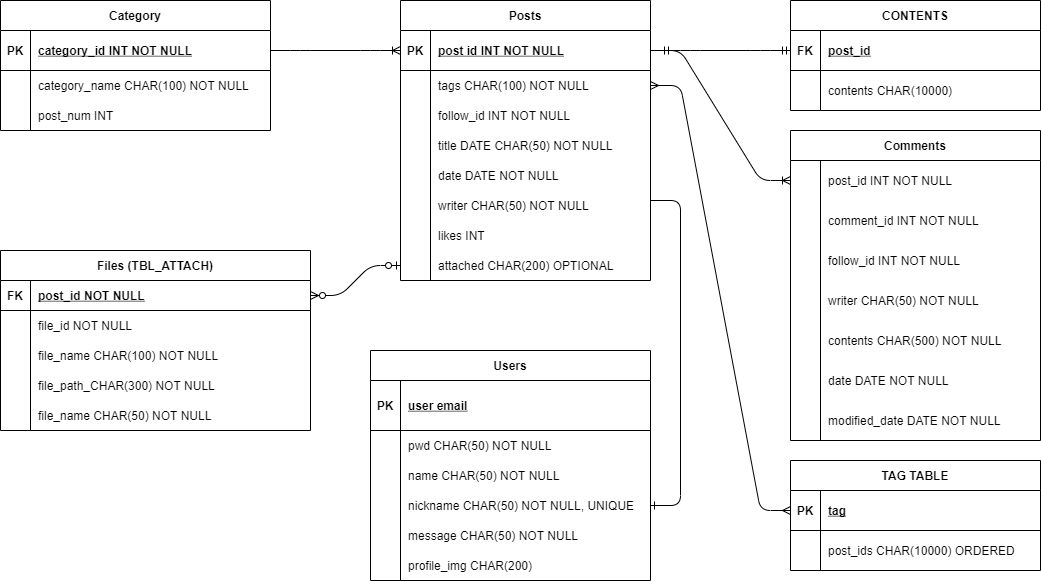
Earlier version of the draw.io export img/Untitled Diagram.drawio.png (wch18735/Data-Modelling). Source tidied: cells renumbered, new cells last; positions are measured from the earlier drawing's top-left corner, leaving out a move shared by most shapes.
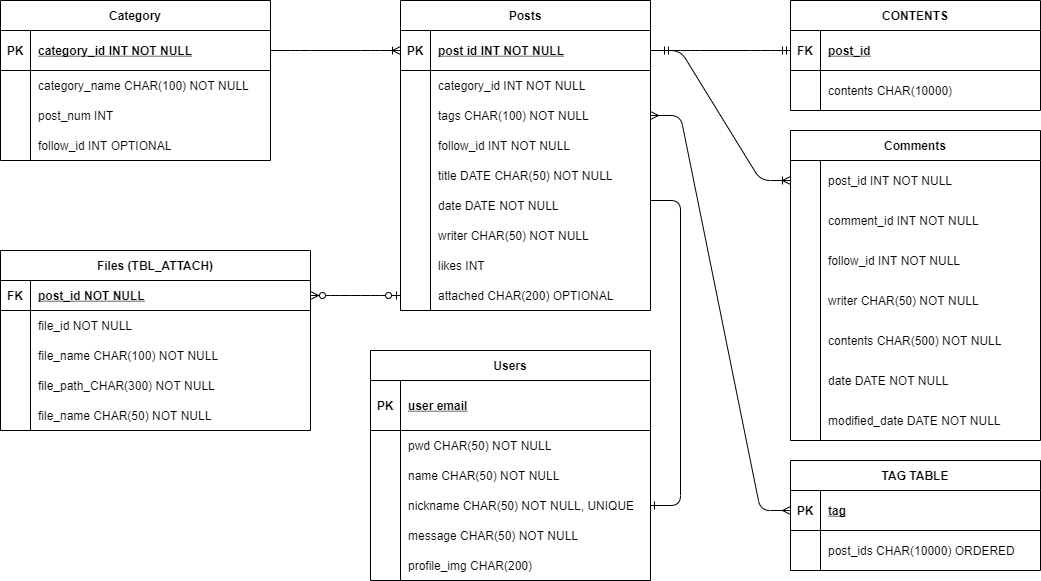
Above is the later version.

What changed in the source:
```diff
@@ -3,7 +3,7 @@
     <mxCell id="0" />
     <mxCell id="1" parent="0" />
     <mxCell id="2" value="Posts" style="shape=table;startSize=30;rowLines=0;fontStyle=1;align=center;" parent="1" vertex="1">
-      <mxGeometry x="400" width="250" height="280" as="geometry" />
+      <mxGeometry x="400" width="250" height="310" as="geometry" />
     </mxCell>
     <mxCell id="3" style="shape=partialRectangle;fillColor=none;points=[[0,0.5],[1,0.5]];portConstraint=eastwest;top=0;left=0;right=0;bottom=1;" parent="2" vertex="1">
       <mxGeometry y="30" width="250" height="40" as="geometry" />
@@ -14,8 +14,17 @@
     <mxCell id="5" value="post id INT NOT NULL" style="shape=partialRectangle;overflow=hidden;fillColor=none;top=0;left=0;bottom=0;right=0;align=left;spacingLeft=6;fontStyle=5;" parent="3" vertex="1">
       <mxGeometry x="30" width="220" height="40" as="geometry" />
     </mxCell>
+    <mxCell id="118" style="shape=partialRectangle;fillColor=none;top=0;left=0;right=0;bottom=0;" parent="2" vertex="1">
+      <mxGeometry y="70" width="250" height="30" as="geometry" />
+    </mxCell>
+    <mxCell id="119" style="shape=partialRectangle;overflow=hidden;fillColor=none;top=0;left=0;bottom=0;right=0;" parent="118" vertex="1">
+      <mxGeometry width="30" height="30" as="geometry" />
+    </mxCell>
+    <mxCell id="120" value="category_id INT NOT NULL" style="shape=partialRectangle;overflow=hidden;fillColor=none;top=0;left=0;bottom=0;right=0;align=left;spacingLeft=6;" parent="118" vertex="1">
+      <mxGeometry x="30" width="220" height="30" as="geometry" />
+    </mxCell>
     <mxCell id="6" style="shape=partialRectangle;fillColor=none;points=[[0,0.5],[1,0.5]];portConstraint=eastwest;top=0;left=0;right=0;bottom=0;" parent="2" vertex="1">
-      <mxGeometry y="70" width="250" height="30" as="geometry" />
+      <mxGeometry y="100" width="250" height="30" as="geometry" />
     </mxCell>
     <mxCell id="7" style="shape=partialRectangle;overflow=hidden;fillColor=none;top=0;left=0;bottom=0;right=0;" parent="6" vertex="1">
       <mxGeometry width="30" height="30" as="geometry" />
@@ -24,7 +33,7 @@
       <mxGeometry x="30" width="220" height="30" as="geometry" />
     </mxCell>
     <mxCell id="9" style="shape=partialRectangle;fillColor=none;top=0;left=0;right=0;bottom=0;" parent="2" vertex="1">
-      <mxGeometry y="100" width="250" height="30" as="geometry" />
+      <mxGeometry y="130" width="250" height="30" as="geometry" />
     </mxCell>
     <mxCell id="10" style="shape=partialRectangle;overflow=hidden;fillColor=none;top=0;left=0;bottom=0;right=0;" parent="9" vertex="1">
       <mxGeometry width="30" height="30" as="geometry" />
@@ -33,7 +42,7 @@
       <mxGeometry x="30" width="220" height="30" as="geometry" />
     </mxCell>
     <mxCell id="12" style="shape=partialRectangle;fillColor=none;top=0;left=0;right=0;bottom=0;" parent="2" vertex="1">
-      <mxGeometry y="130" width="250" height="30" as="geometry" />
+      <mxGeometry y="160" width="250" height="30" as="geometry" />
     </mxCell>
     <mxCell id="13" style="shape=partialRectangle;overflow=hidden;fillColor=none;top=0;left=0;bottom=0;right=0;" parent="12" vertex="1">
       <mxGeometry width="30" height="30" as="geometry" />
@@ -42,7 +51,7 @@
       <mxGeometry x="30" width="220" height="30" as="geometry" />
     </mxCell>
     <mxCell id="15" style="shape=partialRectangle;fillColor=none;top=0;left=0;right=0;bottom=0;" parent="2" vertex="1">
-      <mxGeometry y="160" width="250" height="30" as="geometry" />
+      <mxGeometry y="190" width="250" height="30" as="geometry" />
     </mxCell>
     <mxCell id="16" style="shape=partialRectangle;overflow=hidden;fillColor=none;top=0;left=0;bottom=0;right=0;" parent="15" vertex="1">
       <mxGeometry width="30" height="30" as="geometry" />
@@ -51,7 +60,7 @@
       <mxGeometry x="30" width="220" height="30" as="geometry" />
     </mxCell>
     <mxCell id="18" style="shape=partialRectangle;fillColor=none;top=0;left=0;right=0;bottom=0;" parent="2" vertex="1">
-      <mxGeometry y="190" width="250" height="30" as="geometry" />
+      <mxGeometry y="220" width="250" height="30" as="geometry" />
     </mxCell>
     <mxCell id="19" style="shape=partialRectangle;overflow=hidden;fillColor=none;top=0;left=0;bottom=0;right=0;" parent="18" vertex="1">
       <mxGeometry width="30" height="30" as="geometry" />
@@ -60,7 +69,7 @@
       <mxGeometry x="30" width="220" height="30" as="geometry" />
     </mxCell>
     <mxCell id="21" style="shape=partialRectangle;fillColor=none;top=0;left=0;right=0;bottom=0;" parent="2" vertex="1">
-      <mxGeometry y="220" width="250" height="30" as="geometry" />
+      <mxGeometry y="250" width="250" height="30" as="geometry" />
     </mxCell>
     <mxCell id="22" style="shape=partialRectangle;overflow=hidden;fillColor=none;top=0;left=0;bottom=0;right=0;" parent="21" vertex="1">
       <mxGeometry width="30" height="30" as="geometry" />
@@ -69,7 +78,7 @@
       <mxGeometry x="30" width="220" height="30" as="geometry" />
     </mxCell>
     <mxCell id="24" style="shape=partialRectangle;fillColor=none;points=[[0,0.5],[1,0.5]];portConstraint=eastwest;top=0;left=0;right=0;bottom=0;" parent="2" vertex="1">
-      <mxGeometry y="250" width="250" height="30" as="geometry" />
+      <mxGeometry y="280" width="250" height="30" as="geometry" />
     </mxCell>
     <mxCell id="25" style="shape=partialRectangle;overflow=hidden;fillColor=none;top=0;left=0;bottom=0;right=0;" parent="24" vertex="1">
       <mxGeometry width="30" height="30" as="geometry" />
@@ -309,7 +318,7 @@
       <mxGeometry relative="1" as="geometry" />
     </mxCell>
     <mxCell id="104" value="Category" style="shape=table;startSize=30;rowLines=0;fontStyle=1;align=center;" parent="1" vertex="1">
-      <mxGeometry width="270" height="130" as="geometry" />
+      <mxGeometry width="270" height="160" as="geometry" />
     </mxCell>
     <mxCell id="105" style="shape=partialRectangle;fillColor=none;points=[[0,0.5],[1,0.5]];portConstraint=eastwest;top=0;left=0;right=0;bottom=1;" parent="104" vertex="1">
       <mxGeometry y="30" width="270" height="40" as="geometry" />
@@ -338,6 +347,15 @@
     <mxCell id="113" value="post_num INT" style="shape=partialRectangle;overflow=hidden;fillColor=none;top=0;left=0;bottom=0;right=0;align=left;spacingLeft=6;" parent="111" vertex="1">
       <mxGeometry x="30" width="240" height="30" as="geometry" />
     </mxCell>
+    <mxCell id="121" style="shape=partialRectangle;fillColor=none;top=0;left=0;right=0;bottom=0;" parent="104" vertex="1">
+      <mxGeometry y="130" width="270" height="30" as="geometry" />
+    </mxCell>
+    <mxCell id="122" style="shape=partialRectangle;overflow=hidden;fillColor=none;top=0;left=0;bottom=0;right=0;" parent="121" vertex="1">
+      <mxGeometry width="30" height="30" as="geometry" />
+    </mxCell>
+    <mxCell id="123" value="follow_id INT OPTIONAL" style="shape=partialRectangle;overflow=hidden;fillColor=none;top=0;left=0;bottom=0;right=0;align=left;spacingLeft=6;" parent="121" vertex="1">
+      <mxGeometry x="30" width="240" height="30" as="geometry" />
+    </mxCell>
     <mxCell id="114" style="edgeStyle=entityRelationEdgeStyle;fontSize=12;html=1;endArrow=ERoneToMany;entryX=0;entryY=0.5;entryDx=0;entryDy=0;exitX=1;exitY=0.5;exitDx=0;exitDy=0;" parent="1" edge="1" source="105" target="3">
       <mxGeometry relative="1" as="geometry" />
     </mxCell>
```
